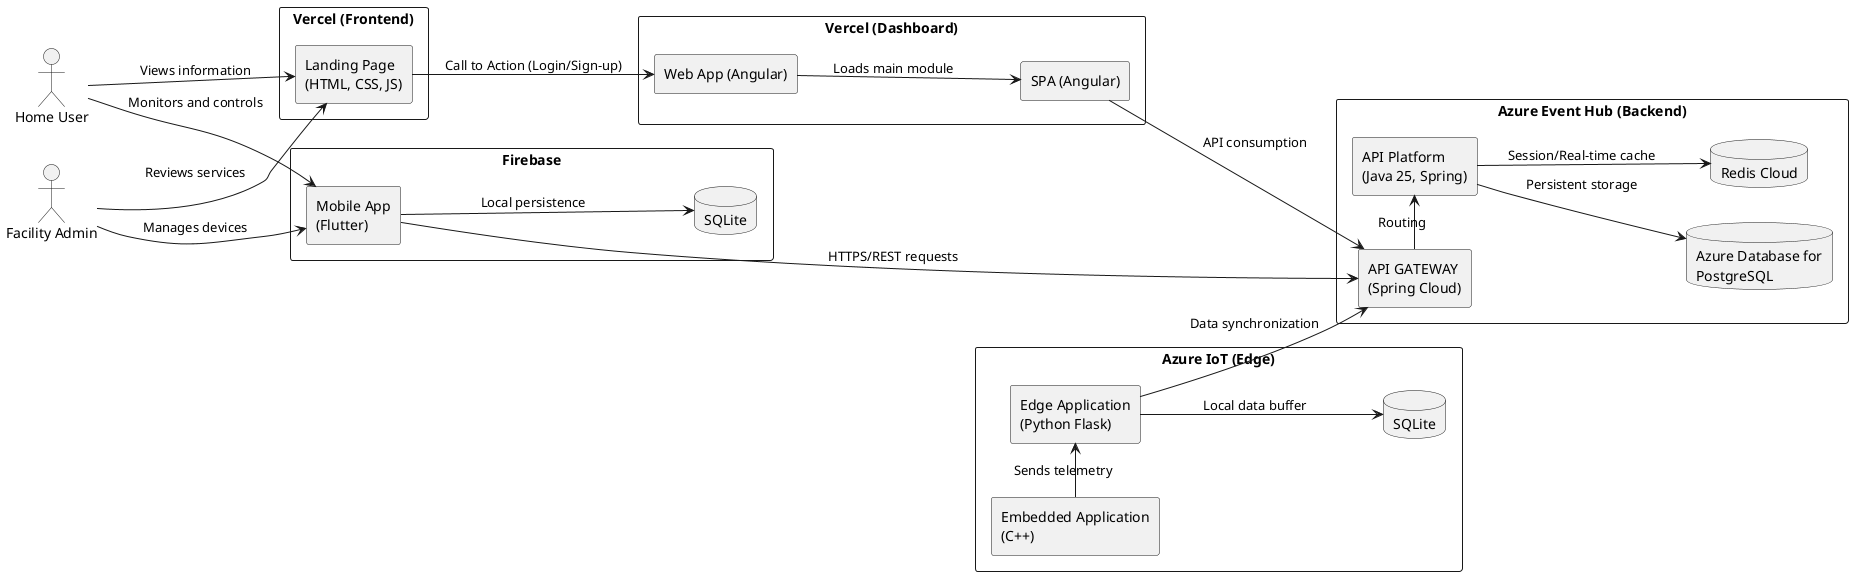
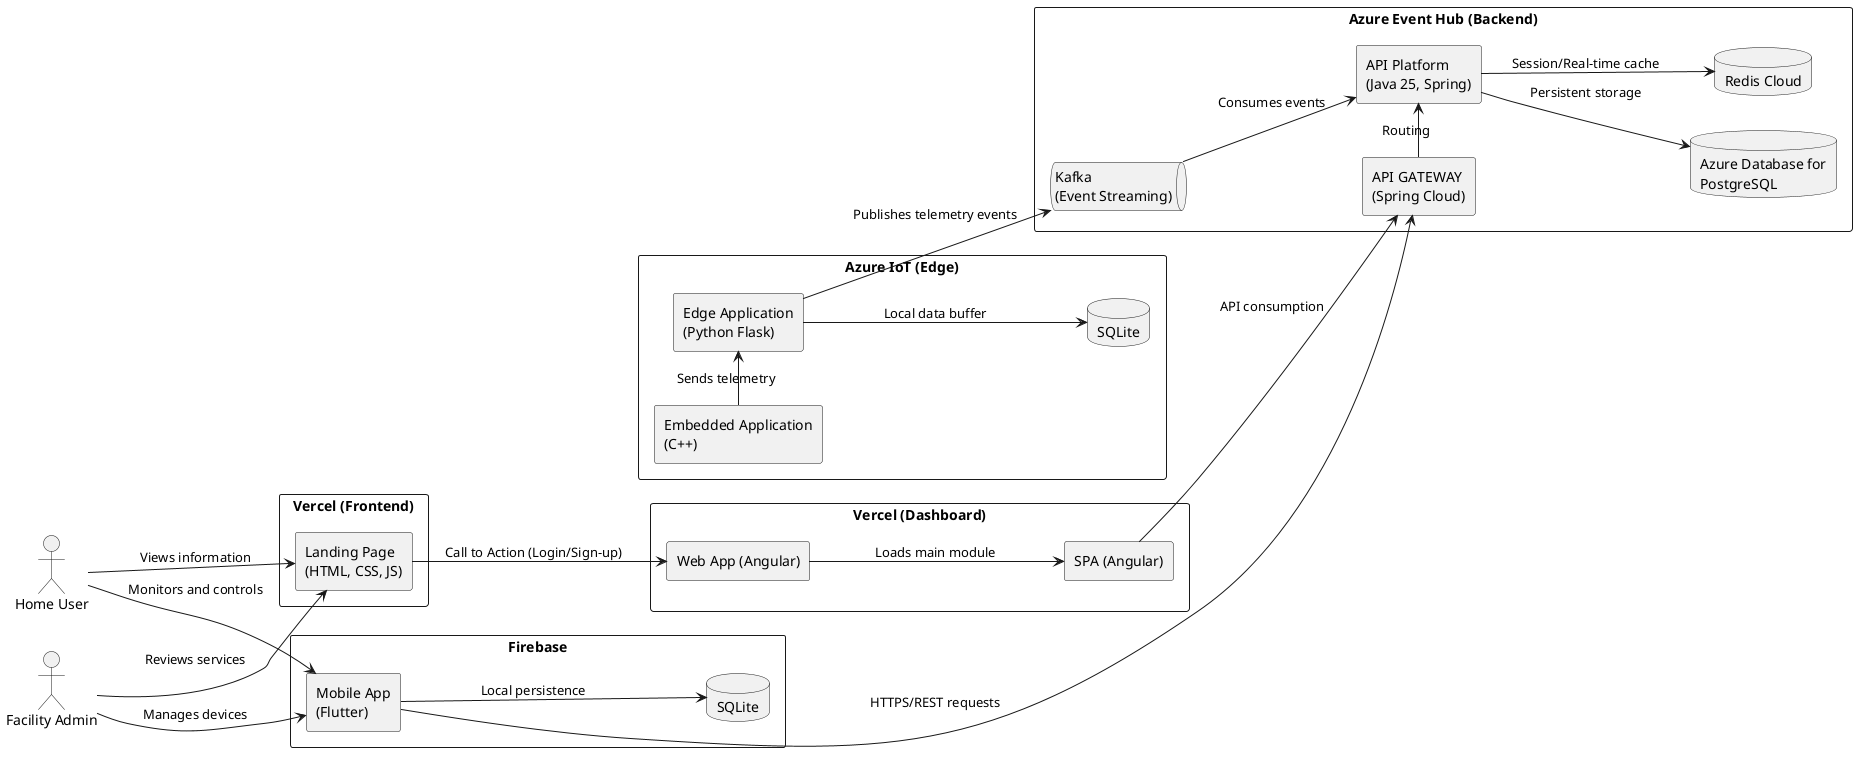
@startuml
left to right direction

skinparam packageStyle rectangle
skinparam shadowing false

actor "Home User" as home
actor "Facility Admin" as facility

rectangle "Firebase" {
    rectangle "Mobile App\n(Flutter)" as mobileapp
    database "SQLite" as sqlite_mobile
}

rectangle "Vercel (Frontend)" as v1 {
    rectangle "Landing Page\n(HTML, CSS, JS)" as landing
}

rectangle "Vercel (Dashboard)" as v2 {
    rectangle "Web App (Angular)" as webapp
    rectangle "SPA (Angular)" as spa
}

rectangle "Azure Event Hub (Backend)" {
+ 
    rectangle "API GATEWAY\n(Spring Cloud)" as gateway
+ 
    rectangle "API Platform\n(Java 25, Spring)" as platform
+ 
+     queue "Kafka\n(Event Streaming)" as kafka

    database "Azure Database for\nPostgreSQL" as postgres
    database "Redis Cloud" as redis
}

rectangle "Azure IoT (Edge)" {
    rectangle "Embedded Application\n(C++)" as embedded
    rectangle "Edge Application\n(Python Flask)" as edge
    database "SQLite" as sqlite_edge
}

' --- User Relationships ---
home --> mobileapp : "Monitors and controls"
home --> landing : "Views information"
facility --> mobileapp : "Manages devices"
facility --> landing : "Reviews services"

' --- Frontend Flow ---
landing --> webapp : "Call to Action (Login/Sign-up)"
webapp --> spa : "Loads main module"

' --- Mobile & Web Connections ---
mobileapp --> sqlite_mobile : "Local persistence"
mobileapp --> gateway : "HTTPS/REST requests"
spa --> gateway : "API consumption"

' --- Backend Orchestration ---
gateway -right-> platform : "Routing"
platform --> postgres : "Persistent storage"
platform --> redis : "Session/Real-time cache"

+ ' --- Event Processing ---
+ edge --> kafka : "Publishes telemetry events"
+ kafka --> platform : "Consumes events"
+ 
' --- IoT/Edge Flow ---
embedded -right-> edge : "Sends telemetry"
edge --> sqlite_edge : "Local data buffer"
- edge --> gateway : "Data synchronization"

@enduml